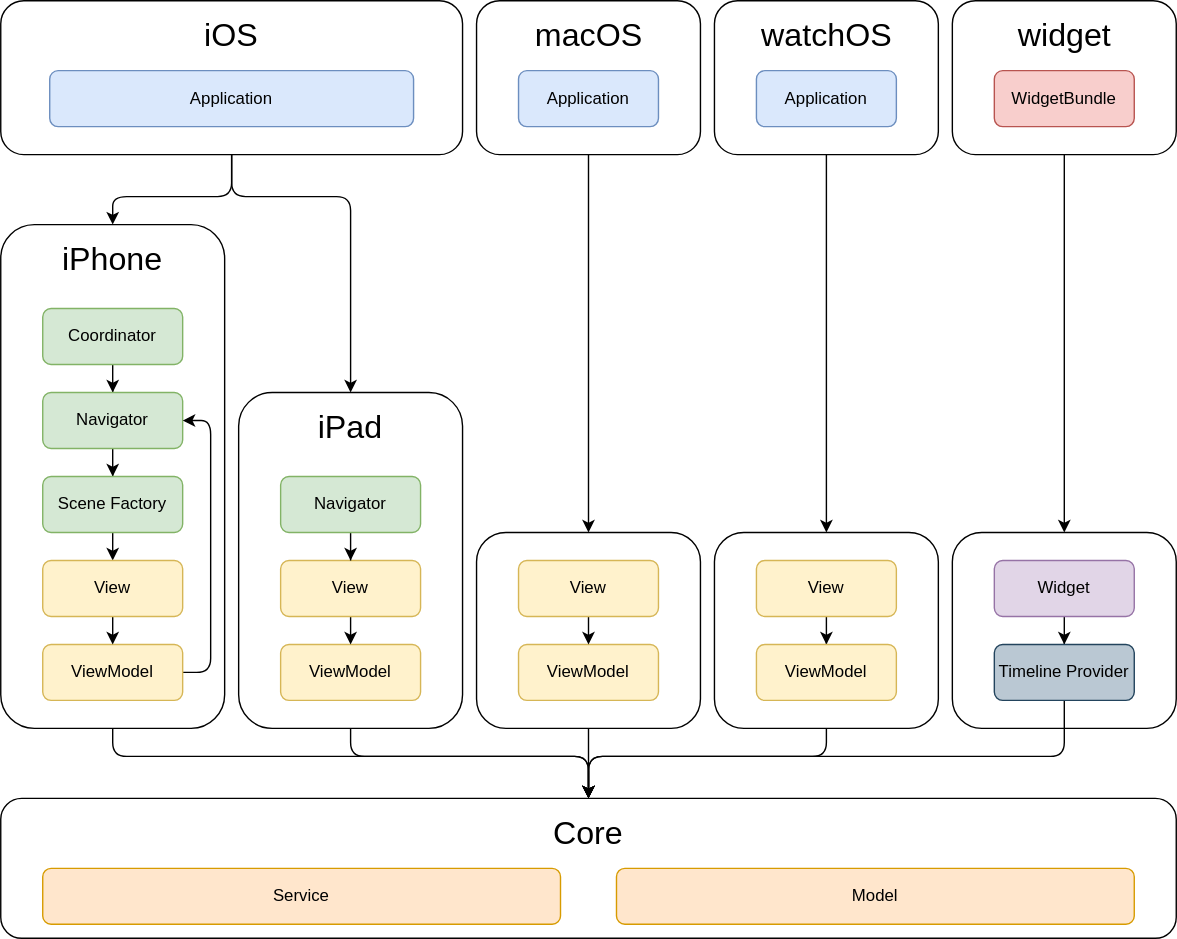
This is Documentation/Images/architecture.drawio.svg from badalnoky/TaskWise, a draw.io export, as it was before one commit. Source tidied: cells renumbered, new cells last; positions are measured from the earlier drawing's top-left corner, leaving out a move shared by most shapes.
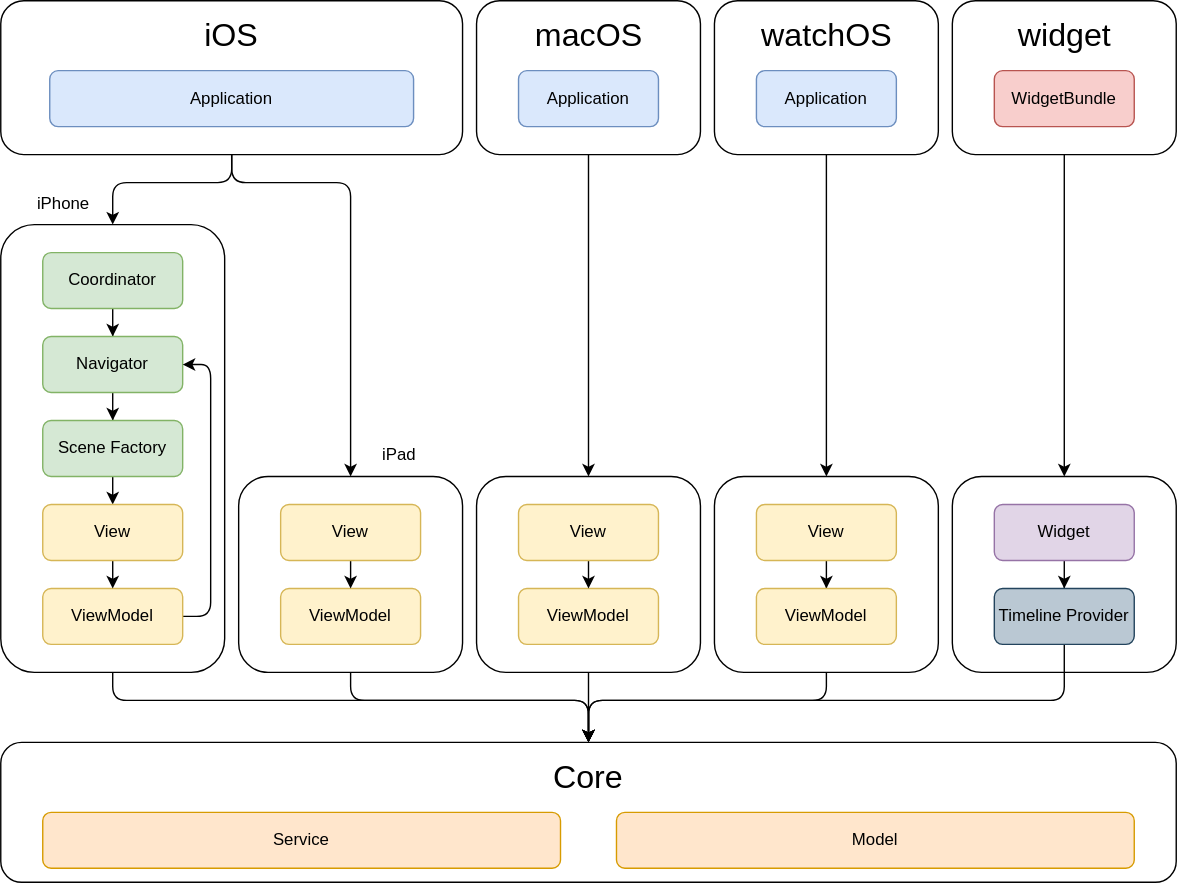
The same diagram one commit later.

What changed in the source:
```diff
@@ -11,7 +11,7 @@
       </mxGeometry>
     </mxCell>
     <mxCell id="3" style="rounded=1;whiteSpace=wrap;html=1;fillColor=none;" parent="1" vertex="1">
-      <mxGeometry x="170" y="280" width="160" height="240" as="geometry" />
+      <mxGeometry x="170" y="380" width="160" height="140" as="geometry" />
     </mxCell>
     <mxCell id="4" style="edgeStyle=orthogonalEdgeStyle;rounded=1;jettySize=auto;html=1;curved=0;" parent="1" edge="1" source="5" target="45">
       <mxGeometry relative="1" as="geometry">
@@ -22,44 +22,41 @@
       </mxGeometry>
     </mxCell>
     <mxCell id="5" style="rounded=1;whiteSpace=wrap;html=1;fillColor=none;" parent="1" vertex="1">
-      <mxGeometry y="160" width="160" height="360" as="geometry" />
+      <mxGeometry y="200" width="160" height="320" as="geometry" />
     </mxCell>
     <mxCell id="6" style="edgeStyle=orthogonalEdgeStyle;rounded=1;jettySize=auto;html=1;entryX=0.5;entryY=0;entryDx=0;entryDy=0;curved=0;" parent="1" edge="1" source="8" target="5">
       <mxGeometry relative="1" as="geometry">
         <Array as="points">
-          <mxPoint x="165" y="140" />
-          <mxPoint x="80" y="140" />
+          <mxPoint x="165" y="170" />
+          <mxPoint x="80" y="170" />
         </Array>
       </mxGeometry>
     </mxCell>
     <mxCell id="7" style="edgeStyle=orthogonalEdgeStyle;rounded=1;jettySize=auto;html=1;exitX=0.5;exitY=1;exitDx=0;exitDy=0;entryX=0.5;entryY=0;entryDx=0;entryDy=0;curved=0;" parent="1" edge="1" source="8" target="3">
       <mxGeometry relative="1" as="geometry">
         <Array as="points">
-          <mxPoint x="165" y="140" />
-          <mxPoint x="250" y="140" />
+          <mxPoint x="165" y="170" />
+          <mxPoint x="250" y="170" />
         </Array>
       </mxGeometry>
     </mxCell>
     <mxCell id="8" style="rounded=1;whiteSpace=wrap;html=1;fillColor=none;" parent="1" vertex="1">
-      <mxGeometry width="330" height="110" as="geometry" />
+      <mxGeometry y="40" width="330" height="110" as="geometry" />
     </mxCell>
     <mxCell id="9" value="iOS" style="text;html=1;strokeColor=none;fillColor=none;align=center;verticalAlign=middle;whiteSpace=wrap;rounded=0;fontSize=23;" parent="1" vertex="1">
-      <mxGeometry x="80" y="10" width="170" height="30" as="geometry" />
+      <mxGeometry x="80" y="50" width="170" height="30" as="geometry" />
     </mxCell>
     <mxCell id="10" value="Application" style="rounded=1;whiteSpace=wrap;html=1;fillColor=#dae8fc;strokeColor=#6c8ebf;" parent="1" vertex="1">
-      <mxGeometry x="35" y="50" width="260" height="40" as="geometry" />
+      <mxGeometry x="35" y="90" width="260" height="40" as="geometry" />
     </mxCell>
-    <mxCell id="11" value="iPad" style="text;html=1;strokeColor=none;fillColor=none;align=center;verticalAlign=middle;whiteSpace=wrap;rounded=0;fontSize=23;" parent="1" vertex="1">
-      <mxGeometry x="205" y="290" width="90" height="30" as="geometry" />
-    </mxCell>
     <mxCell id="12" style="edgeStyle=orthogonalEdgeStyle;rounded=0;orthogonalLoop=1;jettySize=auto;html=1;" parent="1" edge="1">
       <mxGeometry relative="1" as="geometry">
-        <mxPoint x="280" y="260" as="sourcePoint" />
+        <mxPoint x="280" y="290" as="sourcePoint" />
       </mxGeometry>
     </mxCell>
     <mxCell id="13" style="edgeStyle=orthogonalEdgeStyle;rounded=0;orthogonalLoop=1;jettySize=auto;html=1;" parent="1" edge="1">
       <mxGeometry relative="1" as="geometry">
-        <mxPoint x="280" y="320" as="sourcePoint" />
+        <mxPoint x="280" y="350" as="sourcePoint" />
       </mxGeometry>
     </mxCell>
     <mxCell id="14" value="ViewModel" style="rounded=1;whiteSpace=wrap;html=1;fillColor=#fff2cc;strokeColor=#d6b656;" parent="1" vertex="1">
@@ -76,8 +73,8 @@
     <mxCell id="16" value="View" style="rounded=1;whiteSpace=wrap;html=1;fillColor=#fff2cc;strokeColor=#d6b656;" parent="1" vertex="1">
       <mxGeometry x="200" y="400" width="100" height="40" as="geometry" />
     </mxCell>
-    <mxCell id="17" value="iPhone" style="text;html=1;strokeColor=none;fillColor=none;align=center;verticalAlign=middle;whiteSpace=wrap;rounded=0;fontSize=23;" parent="1" vertex="1">
-      <mxGeometry x="35" y="170" width="90" height="30" as="geometry" />
+    <mxCell id="17" value="iPhone" style="text;html=1;strokeColor=none;fillColor=none;align=center;verticalAlign=middle;whiteSpace=wrap;rounded=0;fontSize=12;" parent="1" vertex="1">
+      <mxGeometry y="170" width="90" height="30" as="geometry" />
     </mxCell>
     <mxCell id="18" style="edgeStyle=orthogonalEdgeStyle;rounded=0;jettySize=auto;html=1;" parent="1" edge="1" source="19" target="22">
       <mxGeometry relative="1" as="geometry" />
@@ -127,12 +124,12 @@
     </mxCell>
     <mxCell id="30" style="edgeStyle=orthogonalEdgeStyle;rounded=0;orthogonalLoop=1;jettySize=auto;html=1;" parent="1" edge="1">
       <mxGeometry relative="1" as="geometry">
-        <mxPoint x="460" y="260" as="sourcePoint" />
+        <mxPoint x="460" y="290" as="sourcePoint" />
       </mxGeometry>
     </mxCell>
     <mxCell id="31" style="edgeStyle=orthogonalEdgeStyle;rounded=0;orthogonalLoop=1;jettySize=auto;html=1;" parent="1" edge="1">
       <mxGeometry relative="1" as="geometry">
-        <mxPoint x="460" y="320" as="sourcePoint" />
+        <mxPoint x="460" y="350" as="sourcePoint" />
       </mxGeometry>
     </mxCell>
     <mxCell id="32" value="ViewModel" style="rounded=1;whiteSpace=wrap;html=1;fillColor=#fff2cc;strokeColor=#d6b656;" parent="1" vertex="1">
@@ -204,49 +201,46 @@
     <mxCell id="49" style="edgeStyle=orthogonalEdgeStyle;rounded=0;jettySize=auto;html=1;entryX=0.5;entryY=0;entryDx=0;entryDy=0;" parent="1" edge="1" source="50" target="29">
       <mxGeometry relative="1" as="geometry">
         <Array as="points">
-          <mxPoint x="420" y="150" />
-          <mxPoint x="420" y="150" />
+          <mxPoint x="420" y="180" />
+          <mxPoint x="420" y="180" />
         </Array>
       </mxGeometry>
     </mxCell>
     <mxCell id="50" style="rounded=1;whiteSpace=wrap;html=1;fillColor=none;" parent="1" vertex="1">
-      <mxGeometry x="340" width="160" height="110" as="geometry" />
+      <mxGeometry x="340" y="40" width="160" height="110" as="geometry" />
     </mxCell>
-    <mxCell id="51" style="edgeStyle=orthogonalEdgeStyle;rounded=0;jettySize=auto;html=1;" parent="1" edge="1" source="52" target="16">
-      <mxGeometry relative="1" as="geometry" />
-    </mxCell>
-    <mxCell id="52" value="Navigator" style="rounded=1;whiteSpace=wrap;html=1;fillColor=#d5e8d4;strokeColor=#82b366;" parent="1" vertex="1">
-      <mxGeometry x="200" y="340" width="100" height="40" as="geometry" />
-    </mxCell>
     <mxCell id="53" style="edgeStyle=orthogonalEdgeStyle;rounded=0;jettySize=auto;html=1;" parent="1" edge="1" source="54" target="36">
       <mxGeometry relative="1" as="geometry" />
     </mxCell>
     <mxCell id="54" style="rounded=1;whiteSpace=wrap;html=1;fillColor=none;" parent="1" vertex="1">
-      <mxGeometry x="510" width="160" height="110" as="geometry" />
+      <mxGeometry x="510" y="40" width="160" height="110" as="geometry" />
     </mxCell>
     <mxCell id="55" value="macOS" style="text;html=1;strokeColor=none;fillColor=none;align=center;verticalAlign=middle;whiteSpace=wrap;rounded=0;fontSize=23;" parent="1" vertex="1">
-      <mxGeometry x="382.5" y="10" width="75" height="30" as="geometry" />
+      <mxGeometry x="382.5" y="50" width="75" height="30" as="geometry" />
     </mxCell>
     <mxCell id="56" value="watchOS" style="text;html=1;strokeColor=none;fillColor=none;align=center;verticalAlign=middle;whiteSpace=wrap;rounded=0;fontSize=23;" parent="1" vertex="1">
-      <mxGeometry x="542.5" y="10" width="95" height="30" as="geometry" />
+      <mxGeometry x="542.5" y="50" width="95" height="30" as="geometry" />
     </mxCell>
     <mxCell id="57" value="Application" style="rounded=1;whiteSpace=wrap;html=1;fillColor=#dae8fc;strokeColor=#6c8ebf;" parent="1" vertex="1">
-      <mxGeometry x="540" y="50" width="100" height="40" as="geometry" />
+      <mxGeometry x="540" y="90" width="100" height="40" as="geometry" />
     </mxCell>
     <mxCell id="58" value="Application" style="rounded=1;whiteSpace=wrap;html=1;fillColor=#dae8fc;strokeColor=#6c8ebf;" parent="1" vertex="1">
-      <mxGeometry x="370" y="50" width="100" height="40" as="geometry" />
+      <mxGeometry x="370" y="90" width="100" height="40" as="geometry" />
     </mxCell>
     <mxCell id="59" style="edgeStyle=orthogonalEdgeStyle;rounded=0;jettySize=auto;html=1;entryX=0.5;entryY=0;entryDx=0;entryDy=0;" parent="1" edge="1" source="60" target="40">
       <mxGeometry relative="1" as="geometry" />
     </mxCell>
     <mxCell id="60" style="rounded=1;whiteSpace=wrap;html=1;fillColor=none;" parent="1" vertex="1">
-      <mxGeometry x="680" width="160" height="110" as="geometry" />
+      <mxGeometry x="680" y="40" width="160" height="110" as="geometry" />
     </mxCell>
     <mxCell id="61" value="widget" style="text;html=1;strokeColor=none;fillColor=none;align=center;verticalAlign=middle;whiteSpace=wrap;rounded=0;fontSize=23;" parent="1" vertex="1">
-      <mxGeometry x="712.5" y="10" width="95" height="30" as="geometry" />
+      <mxGeometry x="712.5" y="50" width="95" height="30" as="geometry" />
     </mxCell>
     <mxCell id="62" value="WidgetBundle" style="rounded=1;whiteSpace=wrap;html=1;fillColor=#f8cecc;strokeColor=#b85450;" parent="1" vertex="1">
-      <mxGeometry x="710" y="50" width="100" height="40" as="geometry" />
+      <mxGeometry x="710" y="90" width="100" height="40" as="geometry" />
     </mxCell>
+    <mxCell id="11" value="iPad" style="text;html=1;strokeColor=none;fillColor=none;align=center;verticalAlign=middle;whiteSpace=wrap;rounded=0;fontSize=12;" parent="1" vertex="1">
+      <mxGeometry x="240" y="350" width="90" height="30" as="geometry" />
+    </mxCell>
   </root>
 </mxGraphModel>
```
